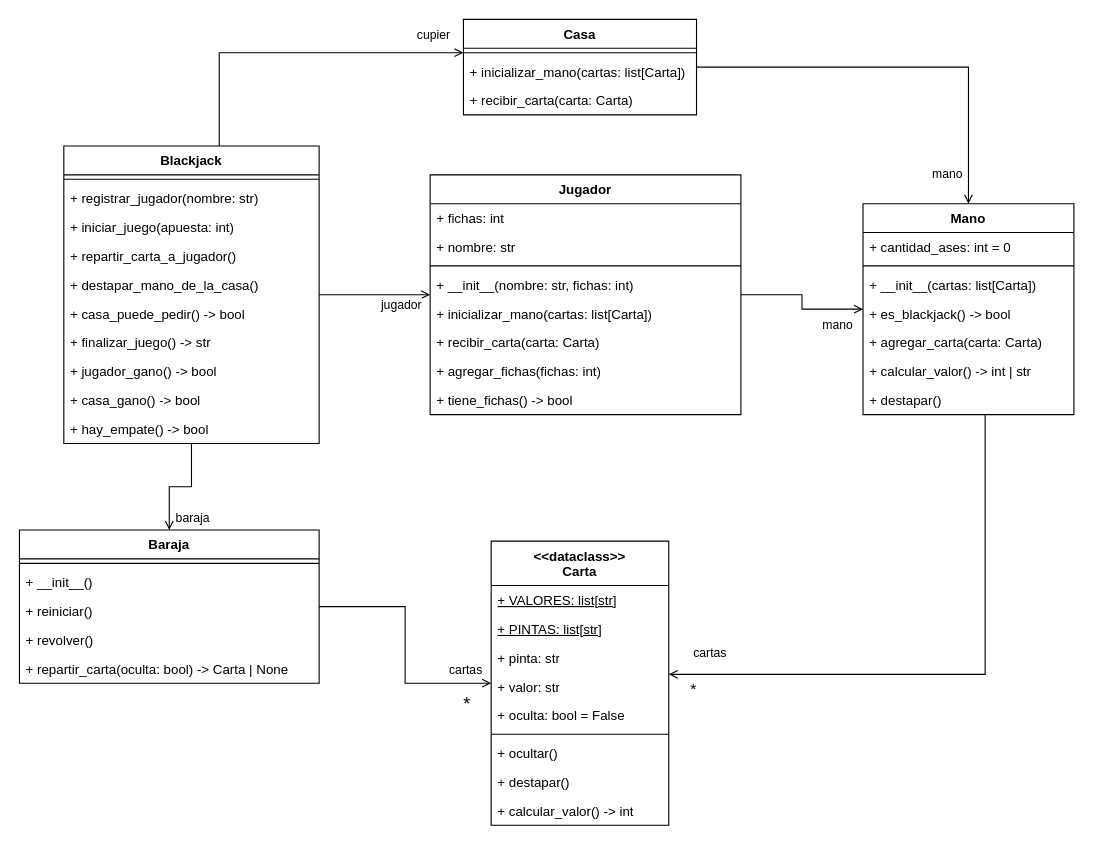
Before: page "Modelo diseño v1" (2 of 2) of docs/class-model-blackjack.drawio in juanital948/blackjack-game-2025, a draw.io diagram. Source tidied: cells renumbered, new cells numbered last; positions are measured from the earlier drawing's top-left corner, leaving out a move shared by most shapes. Both pictures are drawn from the tidied source at 111%, with x=0, y=0 at pixel (19, 19).
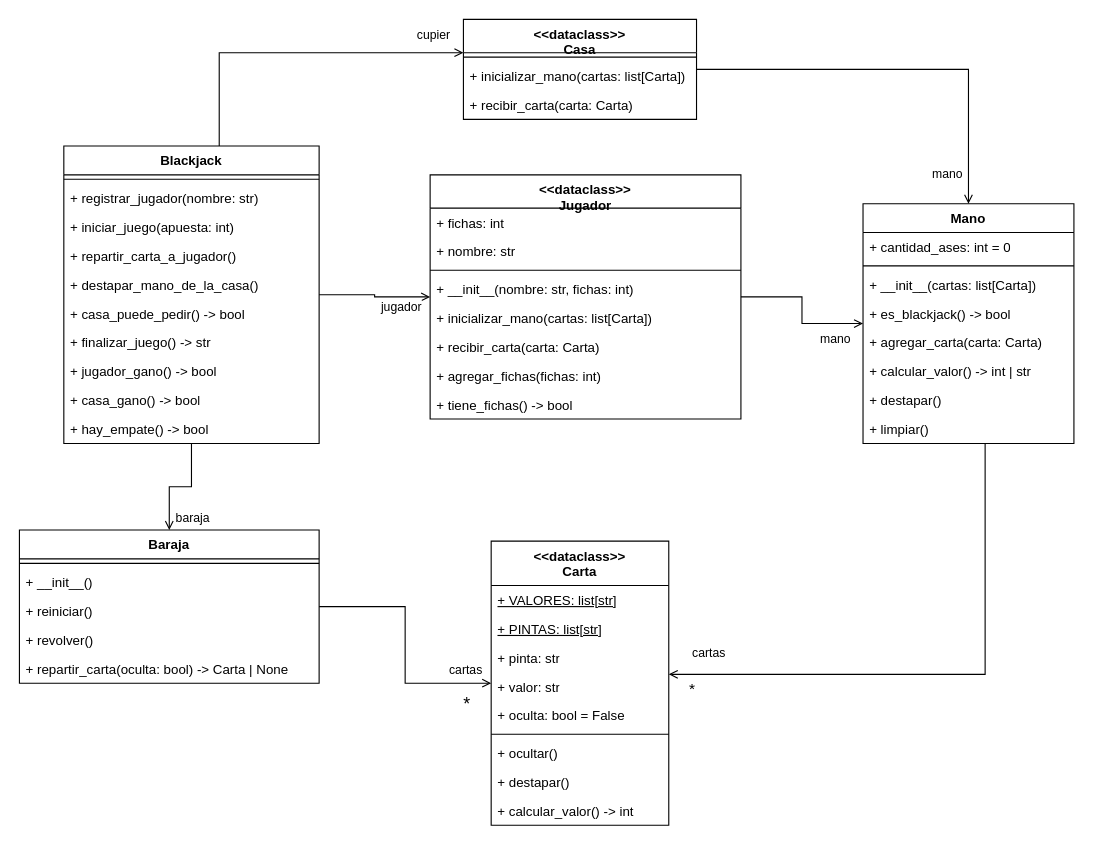
Above is the later version.

Commit message (it also covers changes not shown here):
terminar ejercicio

What changed in the source:
```diff
@@
-    <mxCell id="30" value="Jugador" style="swimlane;fontStyle=1;align=center;verticalAlign=top;horizontal=1;startSize=26;whiteSpace=wrap;html=1;" parent="1" vertex="1">
-      <mxGeometry x="370" y="140" width="280" height="216" as="geometry" />
+    <mxCell id="30" value="&amp;lt;&amp;lt;dataclass&amp;gt;&amp;gt;&lt;br&gt;Jugador" style="swimlane;fontStyle=1;align=center;verticalAlign=top;horizontal=1;startSize=30;whiteSpace=wrap;html=1;" parent="1" vertex="1">
+      <mxGeometry x="370" y="140" width="280" height="220" as="geometry" />
     </mxCell>
     <mxCell id="31" value="+ fichas: int" style="text;strokeColor=none;fillColor=none;align=left;verticalAlign=top;spacingLeft=4;spacingRight=4;overflow=hidden;whiteSpace=wrap;html=1;" parent="30" vertex="1">
-      <mxGeometry y="26" width="280" height="26" as="geometry" />
+      <mxGeometry y="30" width="280" height="26" as="geometry" />
     </mxCell>
     <mxCell id="32" value="+ nombre: str" style="text;strokeColor=none;fillColor=none;align=left;verticalAlign=top;spacingLeft=4;spacingRight=4;overflow=hidden;whiteSpace=wrap;html=1;" parent="30" vertex="1">
-      <mxGeometry y="52" width="280" height="26" as="geometry" />
+      <mxGeometry y="56" width="280" height="26" as="geometry" />
     </mxCell>
     <mxCell id="33" style="line;strokeWidth=1;fillColor=none;align=left;verticalAlign=middle;spacingTop=-1;spacingLeft=3;spacingRight=3;labelPosition=right;strokeColor=inherit;" parent="30" vertex="1">
-      <mxGeometry y="78" width="280" height="8" as="geometry" />
+      <mxGeometry y="82" width="280" height="8" as="geometry" />
     </mxCell>
     <mxCell id="34" value="+ __init__(nombre: str, fichas: int)" style="text;strokeColor=none;fillColor=none;align=left;verticalAlign=top;spacingLeft=4;spacingRight=4;overflow=hidden;whiteSpace=wrap;html=1;" parent="30" vertex="1">
-      <mxGeometry y="86" width="280" height="26" as="geometry" />
+      <mxGeometry y="90" width="280" height="26" as="geometry" />
     </mxCell>
     <mxCell id="35" value="+ inicializar_mano(cartas: list[Carta])" style="text;strokeColor=none;fillColor=none;align=left;verticalAlign=top;spacingLeft=4;spacingRight=4;overflow=hidden;whiteSpace=wrap;html=1;" parent="30" vertex="1">
-      <mxGeometry y="112" width="280" height="26" as="geometry" />
+      <mxGeometry y="116" width="280" height="26" as="geometry" />
     </mxCell>
     <mxCell id="36" value="+ recibir_carta(carta: Carta)" style="text;strokeColor=none;fillColor=none;align=left;verticalAlign=top;spacingLeft=4;spacingRight=4;overflow=hidden;whiteSpace=wrap;html=1;" parent="30" vertex="1">
-      <mxGeometry y="138" width="280" height="26" as="geometry" />
+      <mxGeometry y="142" width="280" height="26" as="geometry" />
     </mxCell>
     <mxCell id="37" value="+ agregar_fichas(fichas: int)" style="text;strokeColor=none;fillColor=none;align=left;verticalAlign=top;spacingLeft=4;spacingRight=4;overflow=hidden;whiteSpace=wrap;html=1;" parent="30" vertex="1">
-      <mxGeometry y="164" width="280" height="26" as="geometry" />
+      <mxGeometry y="168" width="280" height="26" as="geometry" />
     </mxCell>
     <mxCell id="38" value="+ tiene_fichas() -&amp;gt; bool" style="text;strokeColor=none;fillColor=none;align=left;verticalAlign=top;spacingLeft=4;spacingRight=4;overflow=hidden;whiteSpace=wrap;html=1;" parent="30" vertex="1">
-      <mxGeometry y="190" width="280" height="26" as="geometry" />
+      <mxGeometry y="194" width="280" height="26" as="geometry" />
     </mxCell>
@@
     <mxCell id="52" value="Mano" style="swimlane;fontStyle=1;align=center;verticalAlign=top;horizontal=1;startSize=26;whiteSpace=wrap;html=1;" parent="1" vertex="1">
-      <mxGeometry x="760" y="166" width="190" height="190" as="geometry" />
+      <mxGeometry x="760" y="166" width="190" height="216" as="geometry" />
     </mxCell>
@@
+    <mxCell id="66" value="+ limpiar()" style="text;strokeColor=none;fillColor=none;align=left;verticalAlign=top;spacingLeft=4;spacingRight=4;overflow=hidden;whiteSpace=wrap;html=1;" parent="52" vertex="1">
+      <mxGeometry y="190" width="190" height="26" as="geometry" />
+    </mxCell>
@@
-    <mxCell id="62" value="Casa" style="swimlane;fontStyle=1;align=center;verticalAlign=top;horizontal=1;startSize=26;whiteSpace=wrap;html=1;" parent="1" vertex="1">
-      <mxGeometry x="400" width="210" height="86" as="geometry" />
+    <mxCell id="62" value="&amp;lt;&amp;lt;dataclass&amp;gt;&amp;gt;&lt;br&gt;Casa" style="swimlane;fontStyle=1;align=center;verticalAlign=top;horizontal=1;startSize=30;whiteSpace=wrap;html=1;" parent="1" vertex="1">
+      <mxGeometry x="400" width="210" height="90" as="geometry" />
     </mxCell>
     <mxCell id="63" style="line;strokeWidth=1;fillColor=none;align=left;verticalAlign=middle;spacingTop=-1;spacingLeft=3;spacingRight=3;labelPosition=right;strokeColor=inherit;" parent="62" vertex="1">
-      <mxGeometry y="26" width="210" height="8" as="geometry" />
+      <mxGeometry y="30" width="210" height="8" as="geometry" />
     </mxCell>
     <mxCell id="64" value="+ inicializar_mano(cartas: list[Carta])" style="text;strokeColor=none;fillColor=none;align=left;verticalAlign=top;spacingLeft=4;spacingRight=4;overflow=hidden;whiteSpace=wrap;html=1;" parent="62" vertex="1">
-      <mxGeometry y="34" width="210" height="26" as="geometry" />
+      <mxGeometry y="38" width="210" height="26" as="geometry" />
     </mxCell>
     <mxCell id="65" value="+ recibir_carta(carta: Carta)" style="text;strokeColor=none;fillColor=none;align=left;verticalAlign=top;spacingLeft=4;spacingRight=4;overflow=hidden;whiteSpace=wrap;html=1;" parent="62" vertex="1">
-      <mxGeometry y="60" width="210" height="26" as="geometry" />
+      <mxGeometry y="64" width="210" height="26" as="geometry" />
     </mxCell>
```
